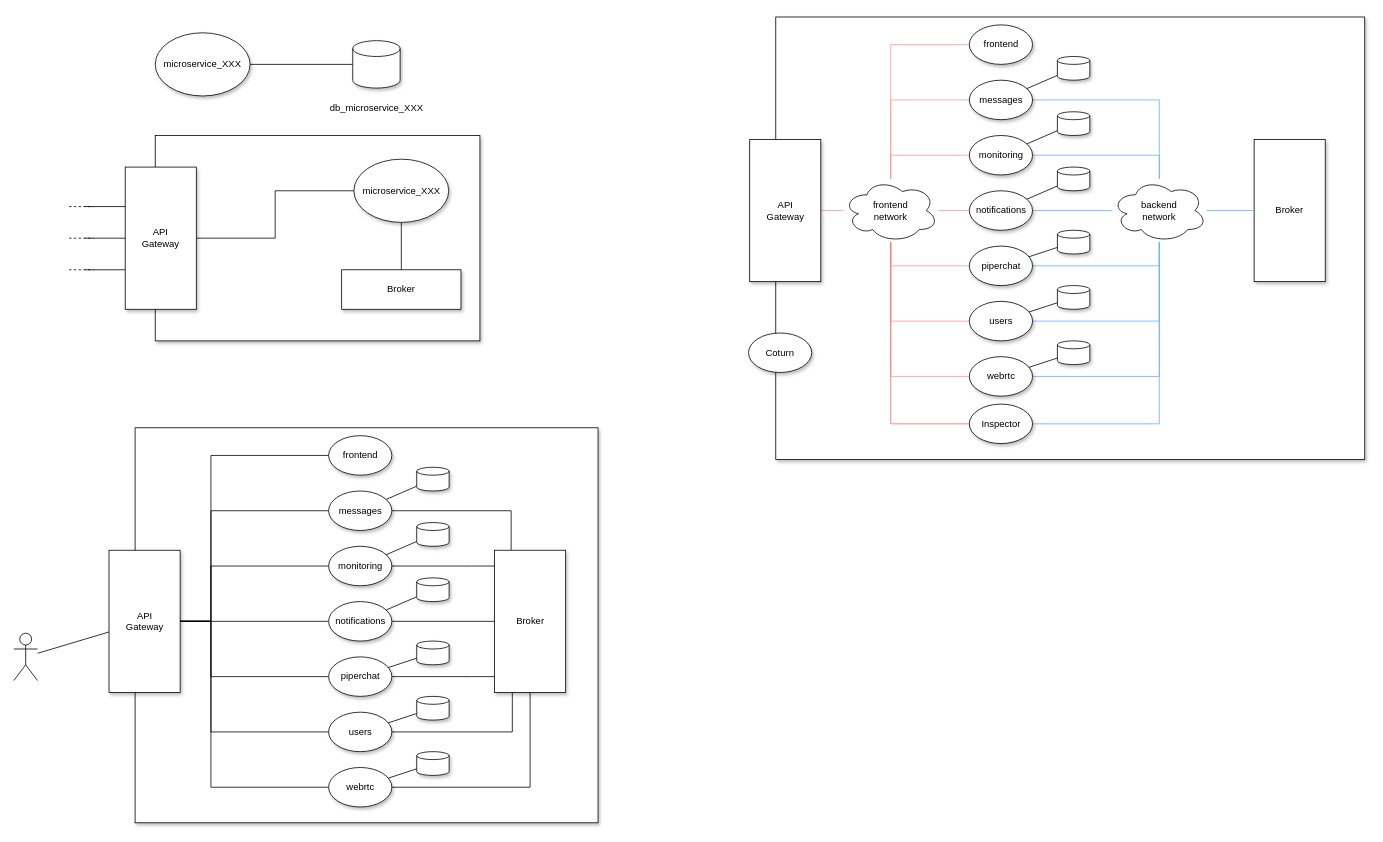
zucchero-sintattico/piperchat keeps this draw.io diagram as page "microservizi" (4 of 7) of resources/piperchat.drawio. Above is the earlier version. Source tidied: cells renumbered, new cells numbered last; positions are measured from the earlier drawing's top-left corner, leaving out a move shared by most shapes. Both pictures are drawn from the tidied source at 79%, with x=0, y=0 at pixel (13, 17).
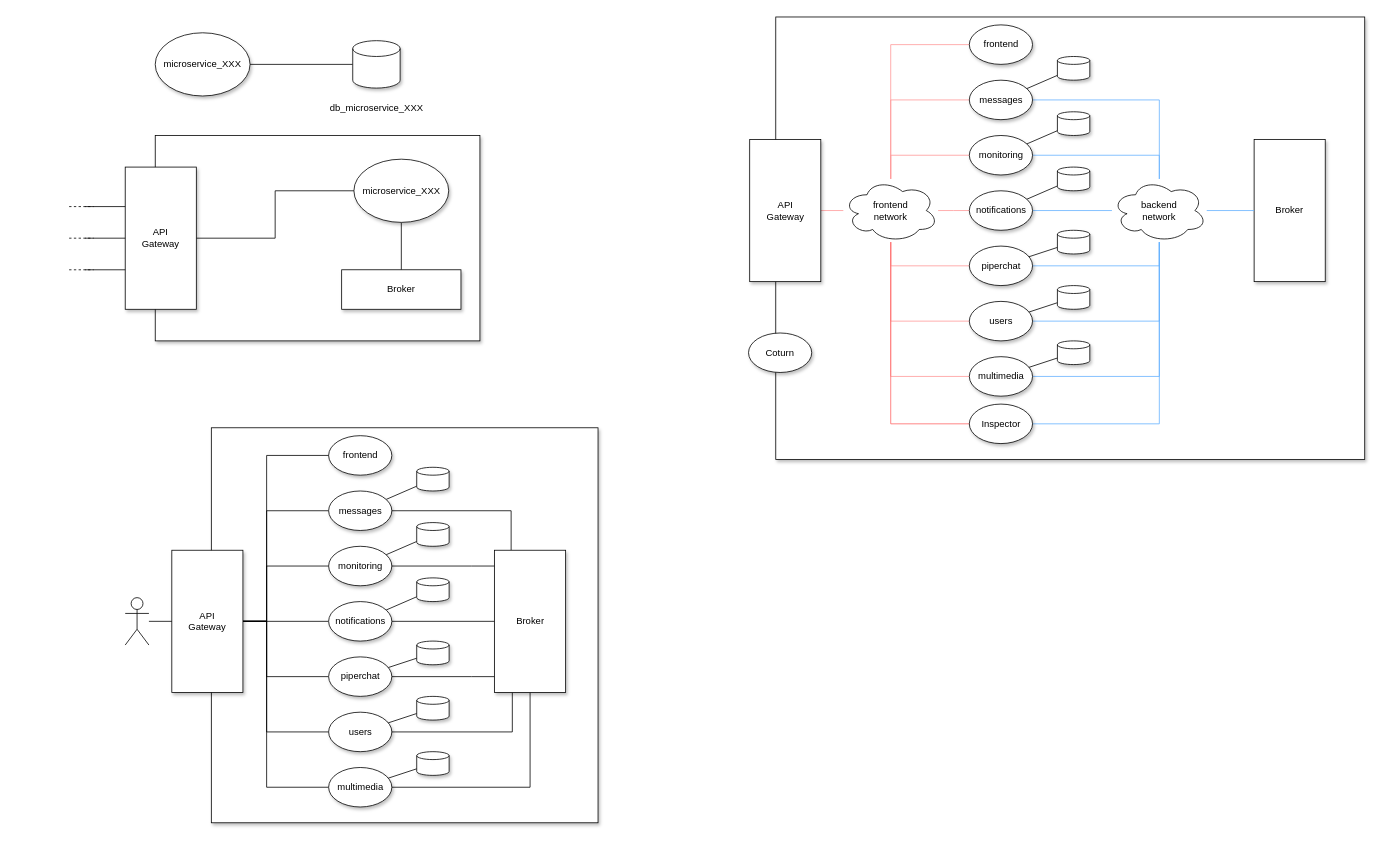
After the change.

Unchanged cells that the change refers to:
```xml
<mxCell id="22" value="frontend" style="ellipse;whiteSpace=wrap;html=1;shadow=1;" parent="1" vertex="1">
  <mxGeometry x="398.5" y="530" width="80" height="50" as="geometry" />
</mxCell>
<mxCell id="33" value="messages" style="ellipse;whiteSpace=wrap;html=1;shadow=1;" parent="1" vertex="1">
  <mxGeometry x="398.5" y="600" width="80" height="50" as="geometry" />
</mxCell>
<mxCell id="36" value="monitoring" style="ellipse;whiteSpace=wrap;html=1;shadow=1;" parent="1" vertex="1">
  <mxGeometry x="398.5" y="670" width="80" height="50" as="geometry" />
</mxCell>
<mxCell id="42" value="piperchat" style="ellipse;whiteSpace=wrap;html=1;shadow=1;" parent="1" vertex="1">
  <mxGeometry x="398.5" y="810" width="80" height="50" as="geometry" />
</mxCell>
<mxCell id="45" value="users" style="ellipse;whiteSpace=wrap;html=1;shadow=1;" parent="1" vertex="1">
  <mxGeometry x="398.5" y="880" width="80" height="50" as="geometry" />
</mxCell>
```

Change to the diagram source:
```diff
@@
     <mxCell id="21" style="rounded=0;whiteSpace=wrap;html=1;shadow=1;" parent="1" vertex="1">
-      <mxGeometry x="153.5" y="520" width="586" height="500" as="geometry" />
+      <mxGeometry x="250" y="520" width="489.5" height="500" as="geometry" />
     </mxCell>
@@
     <mxCell id="23" style="edgeStyle=orthogonalEdgeStyle;rounded=0;jettySize=auto;html=1;endArrow=none;endFill=0;" parent="1" edge="1" source="30" target="22">
       <mxGeometry relative="1" as="geometry">
         <Array as="points">
-          <mxPoint x="249.5" y="765" />
-          <mxPoint x="249.5" y="555" />
+          <mxPoint x="320" y="765" />
+          <mxPoint x="320" y="555" />
         </Array>
       </mxGeometry>
     </mxCell>
     <mxCell id="24" style="edgeStyle=orthogonalEdgeStyle;rounded=0;jettySize=auto;html=1;endArrow=none;endFill=0;" parent="1" edge="1" source="30" target="33">
       <mxGeometry relative="1" as="geometry">
         <Array as="points">
-          <mxPoint x="249.5" y="765" />
-          <mxPoint x="249.5" y="625" />
+          <mxPoint x="320" y="765" />
+          <mxPoint x="320" y="625" />
         </Array>
       </mxGeometry>
     </mxCell>
     <mxCell id="25" style="edgeStyle=orthogonalEdgeStyle;rounded=0;jettySize=auto;html=1;endArrow=none;endFill=0;" parent="1" edge="1" source="30" target="36">
       <mxGeometry relative="1" as="geometry">
         <Array as="points">
-          <mxPoint x="249.5" y="765" />
-          <mxPoint x="249.5" y="695" />
+          <mxPoint x="320" y="765" />
+          <mxPoint x="320" y="695" />
         </Array>
       </mxGeometry>
     </mxCell>
@@
     <mxCell id="27" style="edgeStyle=orthogonalEdgeStyle;rounded=0;jettySize=auto;html=1;endArrow=none;endFill=0;" parent="1" edge="1" source="30" target="42">
       <mxGeometry relative="1" as="geometry">
         <Array as="points">
-          <mxPoint x="249.5" y="765" />
-          <mxPoint x="249.5" y="835" />
+          <mxPoint x="320" y="765" />
+          <mxPoint x="320" y="835" />
         </Array>
       </mxGeometry>
     </mxCell>
     <mxCell id="28" style="edgeStyle=orthogonalEdgeStyle;rounded=0;jettySize=auto;html=1;endArrow=none;endFill=0;" parent="1" edge="1" source="30" target="45">
       <mxGeometry relative="1" as="geometry">
         <Array as="points">
-          <mxPoint x="249.5" y="765" />
-          <mxPoint x="249.5" y="905" />
+          <mxPoint x="320" y="765" />
+          <mxPoint x="320" y="905" />
         </Array>
       </mxGeometry>
     </mxCell>
     <mxCell id="29" style="edgeStyle=orthogonalEdgeStyle;rounded=0;jettySize=auto;html=1;endArrow=none;endFill=0;" parent="1" edge="1" source="30" target="48">
       <mxGeometry relative="1" as="geometry">
         <Array as="points">
-          <mxPoint x="249.5" y="765" />
-          <mxPoint x="249.5" y="975" />
+          <mxPoint x="320" y="765" />
+          <mxPoint x="320" y="975" />
         </Array>
       </mxGeometry>
     </mxCell>
     <mxCell id="30" value="API&lt;br style=&quot;border-color: var(--border-color);&quot;&gt;Gateway" style="rounded=0;whiteSpace=wrap;html=1;shadow=1;" parent="1" vertex="1">
-      <mxGeometry x="120.5" y="675" width="90" height="180" as="geometry" />
+      <mxGeometry x="200" y="675" width="90" height="180" as="geometry" />
     </mxCell>
@@
-    <mxCell id="48" value="webrtc" style="ellipse;whiteSpace=wrap;html=1;shadow=1;" parent="1" vertex="1">
+    <mxCell id="48" value="multimedia" style="ellipse;whiteSpace=wrap;html=1;shadow=1;" parent="1" vertex="1">
       <mxGeometry x="398.5" y="950" width="80" height="50" as="geometry" />
     </mxCell>
@@
     <mxCell id="57" style="shape=umlActor;verticalLabelPosition=bottom;verticalAlign=top;html=1;outlineConnect=0;" parent="1" vertex="1">
-      <mxGeometry y="780" width="30" height="60" as="geometry" />
+      <mxGeometry x="141" y="735" width="30" height="60" as="geometry" />
     </mxCell>
@@
-    <mxCell id="86" value="webrtc" style="ellipse;whiteSpace=wrap;html=1;shadow=1;" parent="1" vertex="1">
+    <mxCell id="86" value="multimedia" style="ellipse;whiteSpace=wrap;html=1;shadow=1;" parent="1" vertex="1">
       <mxGeometry x="1209.5" y="430" width="80" height="50" as="geometry" />
     </mxCell>
```
